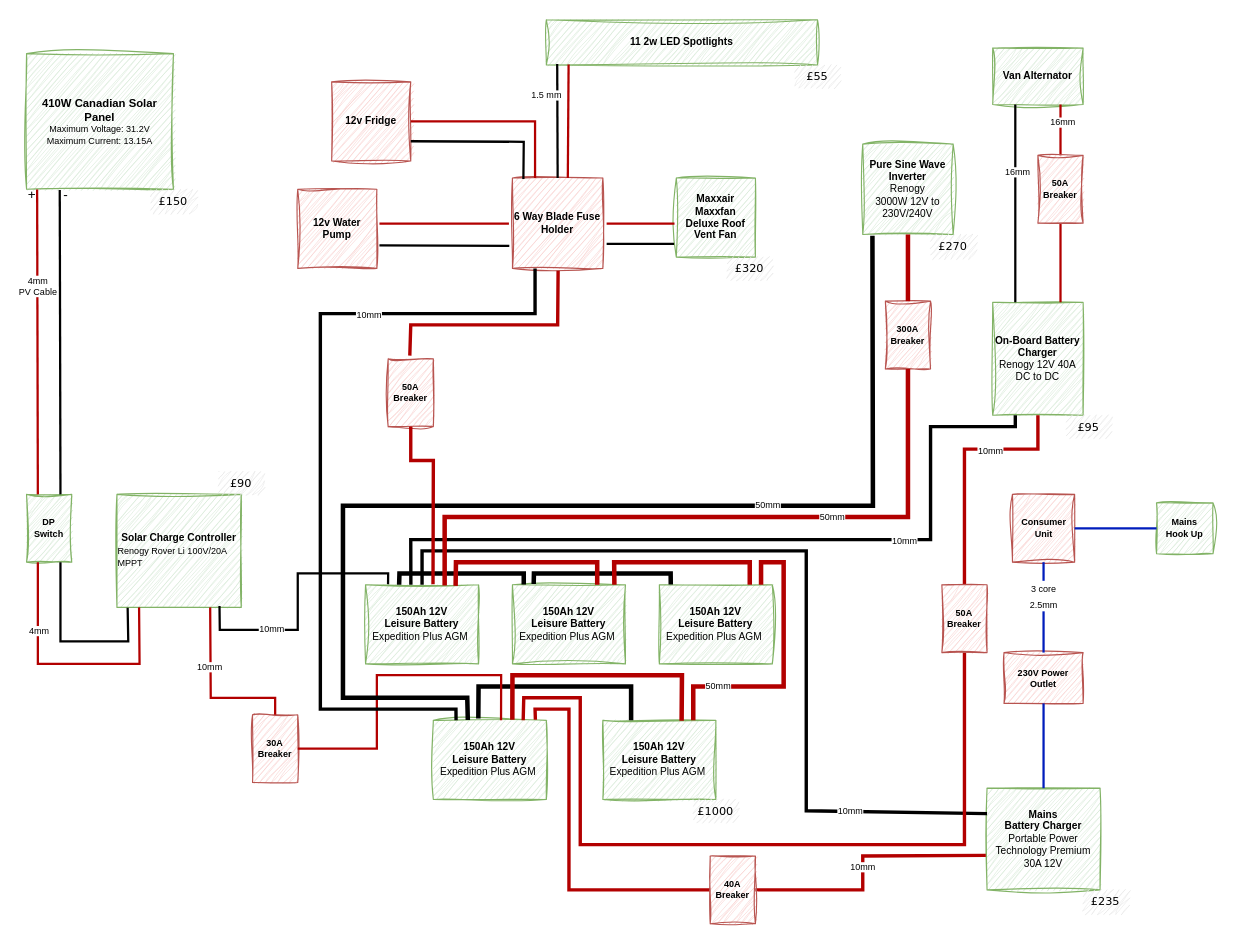
Before: Designs.drawio in martinlt/reference, a draw.io diagram. Source tidied: cells renumbered, new cells numbered last; positions are measured from the earlier drawing's top-left corner, leaving out a move shared by most shapes. Both pictures are drawn from the tidied source at 113%, with x=0, y=0 at pixel (26, 19).
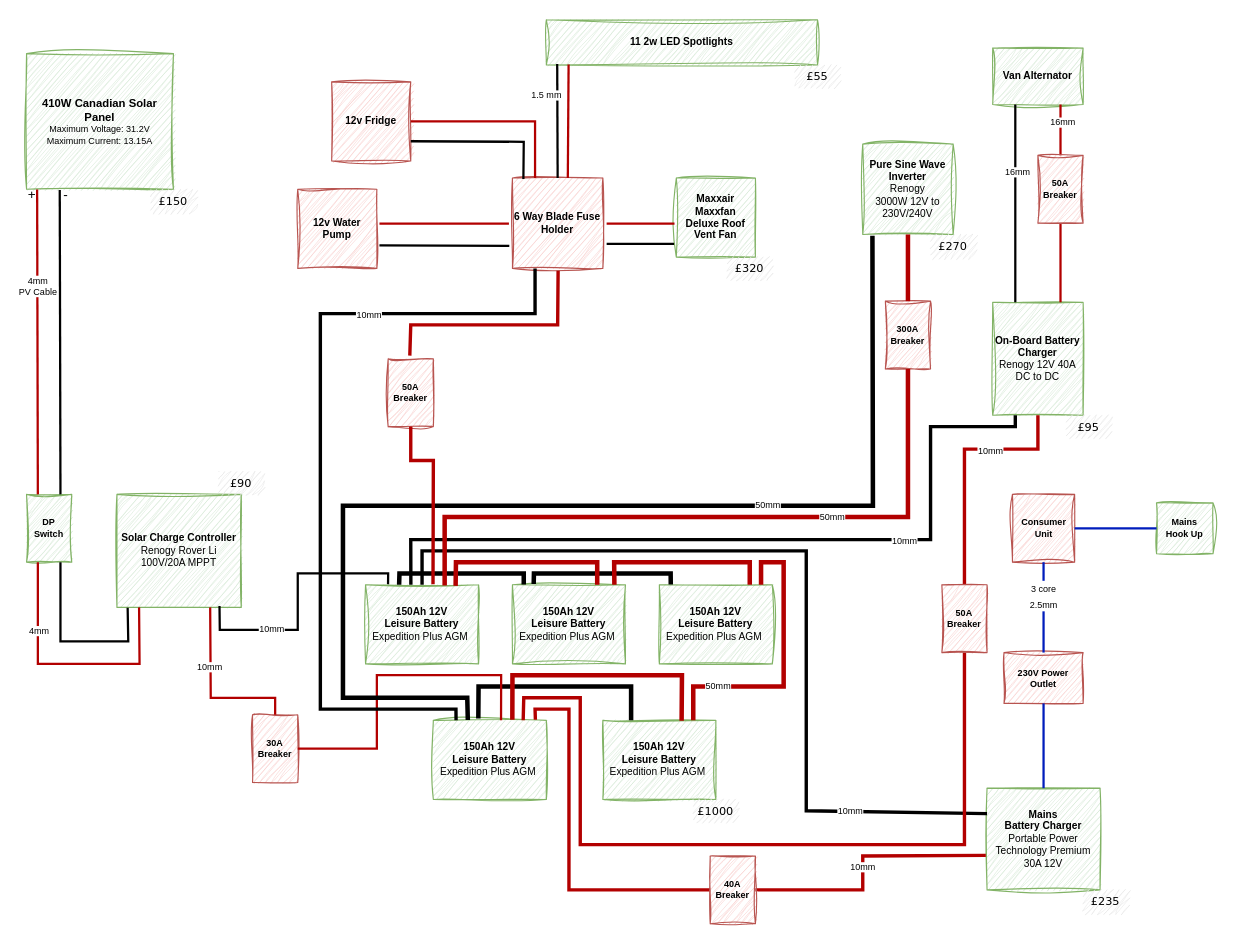
The same diagram, later.

Diff of the diagram source:
```diff
@@
-    <mxCell id="4" value="&lt;b&gt;Solar Charge Controller&lt;/b&gt;&lt;br&gt;&lt;div style=&quot;text-align: left;&quot;&gt;&lt;span style=&quot;font-size: 8px;&quot;&gt;Renogy Rover Li&amp;nbsp;&lt;/span&gt;&lt;span style=&quot;font-size: 8px;&quot;&gt;100V/20A MPPT&lt;/span&gt;&lt;/div&gt;" style="rounded=0;whiteSpace=wrap;html=1;sketch=1;curveFitting=1;jiggle=2;fontSize=9;fillColor=#d5e8d4;strokeColor=#82b366;" parent="1" vertex="1">
+    <mxCell id="4" value="&lt;b&gt;Solar Charge Controller&lt;/b&gt;&lt;br&gt;&lt;div style=&quot;&quot;&gt;Renogy Rover Li 100V/20A MPPT&lt;br&gt;&lt;/div&gt;" style="rounded=0;whiteSpace=wrap;html=1;sketch=1;curveFitting=1;jiggle=2;fontSize=9;fillColor=#d5e8d4;strokeColor=#82b366;" parent="1" vertex="1">
       <mxGeometry x="80" y="420" width="110" height="100" as="geometry" />
     </mxCell>
```
